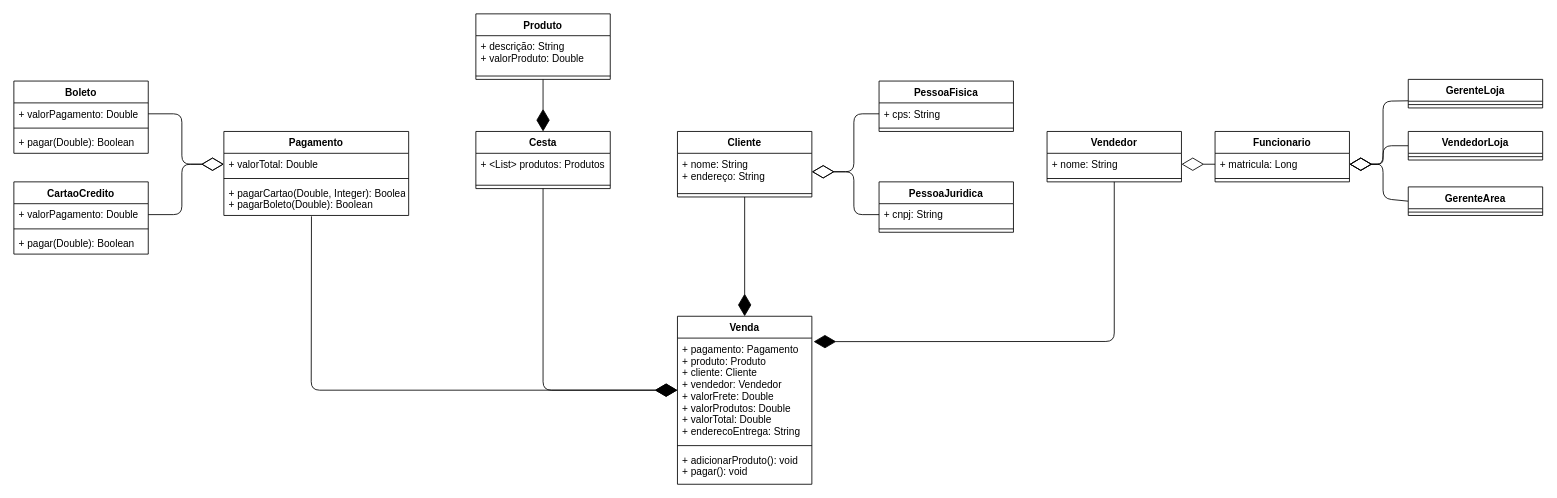
Earlier version of the draw.io diagram Diagrama de Classes.drawio (DouglasGorges/MOO-Diagramas-13-05). Source tidied: cells renumbered, new cells numbered last; positions are measured from the earlier drawing's top-left corner, leaving out a move shared by most shapes. Both pictures are drawn from the tidied source at 84%, with x=0, y=0 at pixel (13, 13).
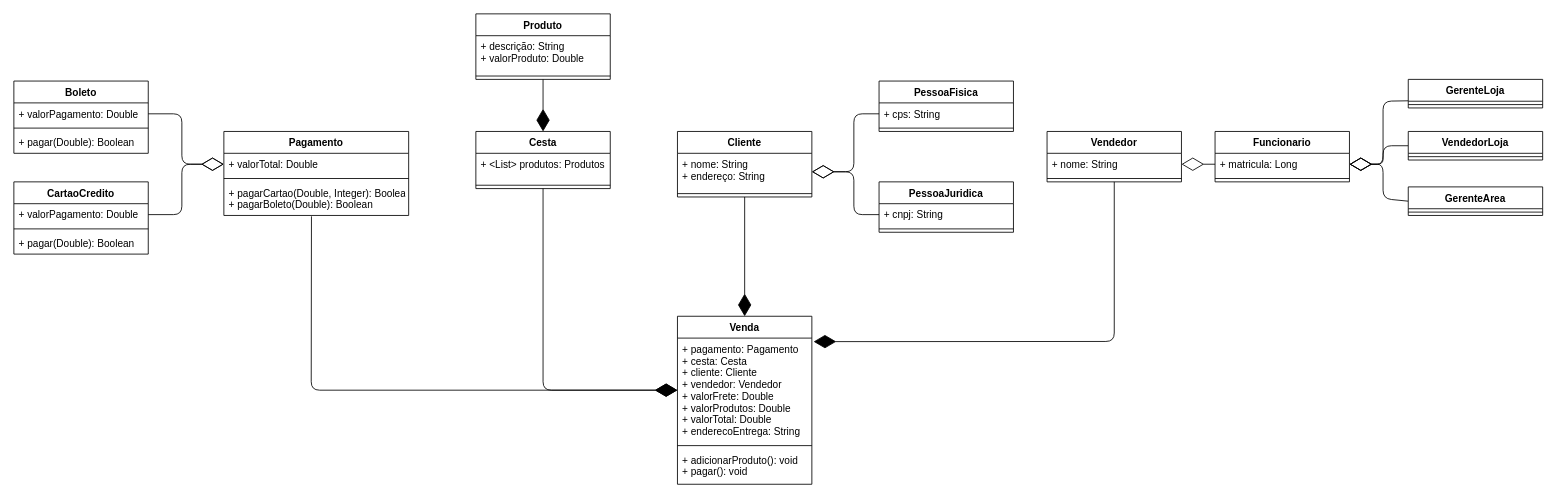
The same page after the edit.

Unchanged cells that the change refers to:
```xml
<mxCell id="5" value="Venda" style="swimlane;fontStyle=1;align=center;verticalAlign=top;horizontal=1;startSize=26;" parent="1" vertex="1">
  <mxGeometry x="790" y="360" width="160" height="200" as="geometry" />
</mxCell>
```

What changed in the source:
```diff
@@
-    <mxCell id="6" value="+ pagamento: Pagamento&#10;+ produto: Produto&#10;+ cliente: Cliente&#10;+ vendedor: Vendedor&#10;+ valorFrete: Double&#10;+ valorProdutos: Double&#10;+ valorTotal: Double&#10;+ enderecoEntrega: String" style="text;strokeColor=none;fillColor=none;align=left;verticalAlign=top;spacingLeft=4;spacingRight=4;overflow=hidden;points=[[0,0.5],[1,0.5]];portConstraint=eastwest;" parent="5" vertex="1">
+    <mxCell id="6" value="+ pagamento: Pagamento&#10;+ cesta: Cesta&#10;+ cliente: Cliente&#10;+ vendedor: Vendedor&#10;+ valorFrete: Double&#10;+ valorProdutos: Double&#10;+ valorTotal: Double&#10;+ enderecoEntrega: String" style="text;strokeColor=none;fillColor=none;align=left;verticalAlign=top;spacingLeft=4;spacingRight=4;overflow=hidden;points=[[0,0.5],[1,0.5]];portConstraint=eastwest;" parent="5" vertex="1">
       <mxGeometry y="26" width="160" height="124" as="geometry" />
     </mxCell>
```
